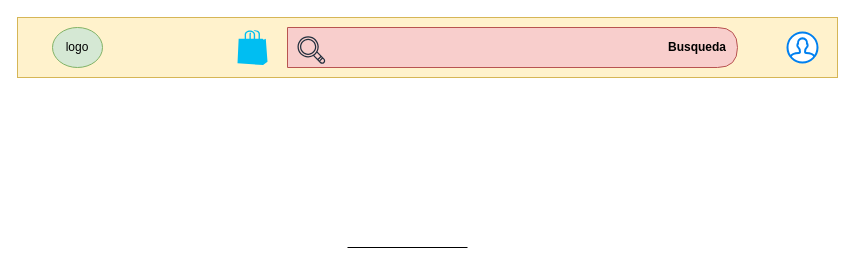
Above: Diagrama sin título.drawio in donGGxd/grupo-7-sprint1 (draw.io), before the change. Source tidied: cells renumbered, new cells numbered last; positions are measured from the earlier drawing's top-left corner, leaving out a move shared by most shapes. Both pictures are drawn from the tidied source at 100%, with x=0, y=0 at pixel (17, 17).
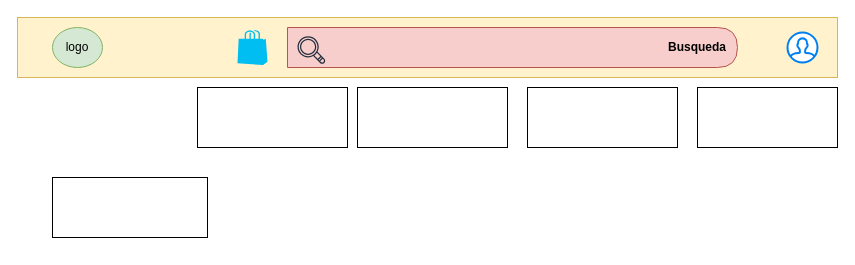
Above is the later version.

The edit, as a diff of the source:
```diff
@@
 <mxGraphModel>
   <root>
     <mxCell id="0" />
     <mxCell id="1" parent="0" />
     <mxCell id="2" style="group;" parent="1" vertex="1">
-      <mxGeometry width="820" height="60" as="geometry" />
+      <mxGeometry width="820" height="130" as="geometry" />
     </mxCell>
     <mxCell id="3" style="rounded=0;whiteSpace=wrap;html=1;fillColor=#fff2cc;strokeColor=#d6b656;" parent="2" vertex="1">
       <mxGeometry width="820" height="60" as="geometry" />
     </mxCell>
     <mxCell id="4" value="logo" style="ellipse;whiteSpace=wrap;html=1;align=center;fillColor=#d5e8d4;strokeColor=#82b366;" parent="2" vertex="1">
       <mxGeometry x="35" y="10" width="50" height="40" as="geometry" />
     </mxCell>
     <mxCell id="5" style="shape=delay;whiteSpace=wrap;html=1;strokeColor=#b85450;shadow=0;fillColor=#f8cecc;" parent="2" vertex="1">
       <mxGeometry x="270" y="10" width="450" height="40" as="geometry" />
     </mxCell>
     <mxCell id="6" style="sketch=0;fontColor=#232F3E;gradientColor=none;fillColor=#232F3D;strokeColor=none;dashed=0;verticalLabelPosition=bottom;verticalAlign=top;align=center;html=1;fontSize=12;fontStyle=0;shape=mxgraph.aws4.magnifying_glass;" parent="2" vertex="1">
       <mxGeometry x="280" y="18.5" width="28" height="28" as="geometry" />
     </mxCell>
     <mxCell id="7" style="html=1;verticalLabelPosition=bottom;align=center;labelBackgroundColor=#ffffff;verticalAlign=top;strokeWidth=2;strokeColor=#0080F0;shadow=0;dashed=0;shape=mxgraph.ios7.icons.user;" parent="2" vertex="1">
       <mxGeometry x="770" y="15" width="30" height="30" as="geometry" />
     </mxCell>
     <mxCell id="8" style="verticalLabelPosition=bottom;html=1;verticalAlign=top;align=center;strokeColor=none;fillColor=#00BEF2;shape=mxgraph.azure.azure_marketplace;" parent="2" vertex="1">
       <mxGeometry x="220" y="12.5" width="30" height="35" as="geometry" />
     </mxCell>
     <mxCell id="9" value="&lt;font face=&quot;Helvetica&quot;&gt;Busqueda&lt;/font&gt;" style="text;html=1;strokeColor=none;fillColor=none;align=center;verticalAlign=middle;whiteSpace=wrap;rounded=0;fontStyle=1;labelPosition=center;verticalLabelPosition=middle;fontFamily=Times New Roman;" parent="2" vertex="1">
       <mxGeometry x="650" y="15" width="60" height="30" as="geometry" />
     </mxCell>
-    <mxCell id="10" style="verticalLabelPosition=bottom;verticalAlign=top;html=1;shape=mxgraph.basic.rect;fillColor2=none;strokeWidth=1;size=20;indent=5;right=0;bottom=1;left=0;top=0;" parent="1" vertex="1">
-      <mxGeometry x="330" y="170" width="120" height="60" as="geometry" />
-    </mxCell>
+    <mxCell id="11" style="rounded=0;whiteSpace=wrap;html=1;imageAspect=1;absoluteArcSize=0;strokeColor=default;" parent="2" vertex="1">
+      <mxGeometry x="680" y="70" width="140" height="60" as="geometry" />
+    </mxCell>
+    <mxCell id="12" style="rounded=0;whiteSpace=wrap;html=1;" parent="2" vertex="1">
+      <mxGeometry x="510" y="70" width="150" height="60" as="geometry" />
+    </mxCell>
+    <mxCell id="13" style="rounded=0;whiteSpace=wrap;html=1;" parent="2" vertex="1">
+      <mxGeometry x="180" y="70" width="150" height="60" as="geometry" />
+    </mxCell>
+    <mxCell id="14" style="rounded=0;whiteSpace=wrap;html=1;" parent="2" vertex="1">
+      <mxGeometry x="340" y="70" width="150" height="60" as="geometry" />
+    </mxCell>
+    <mxCell id="15" style="rounded=0;whiteSpace=wrap;html=1;gradientColor=none;strokeWidth=1;perimeterSpacing=0;imageAspect=0;" parent="1" vertex="1">
+      <mxGeometry x="35" y="160" width="155" height="60" as="geometry" />
+    </mxCell>
   </root>
 </mxGraphModel>
```
